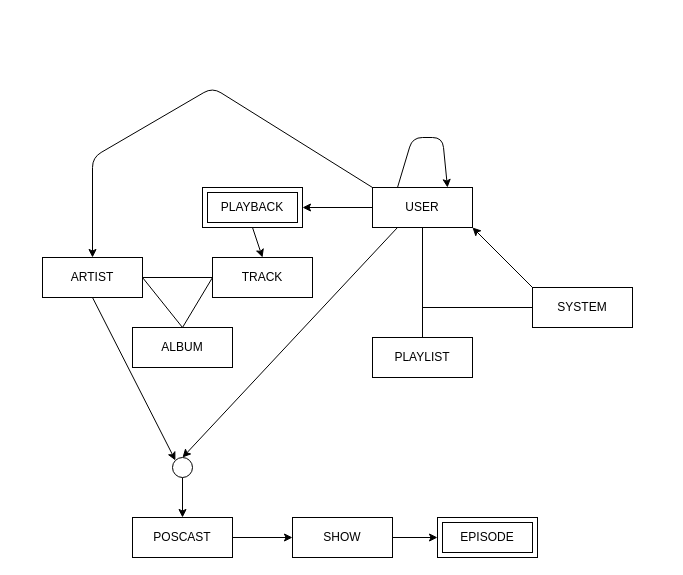
quangmnh/drawio keeps this draw.io diagram as emusicsss.drawio. Above is the earlier version. Source tidied: cells renumbered, new cells numbered last; positions are measured from the earlier drawing's top-left corner, leaving out a move shared by most shapes. Both pictures are drawn from the tidied source at 100%, with x=0, y=0 at pixel (42, 87).
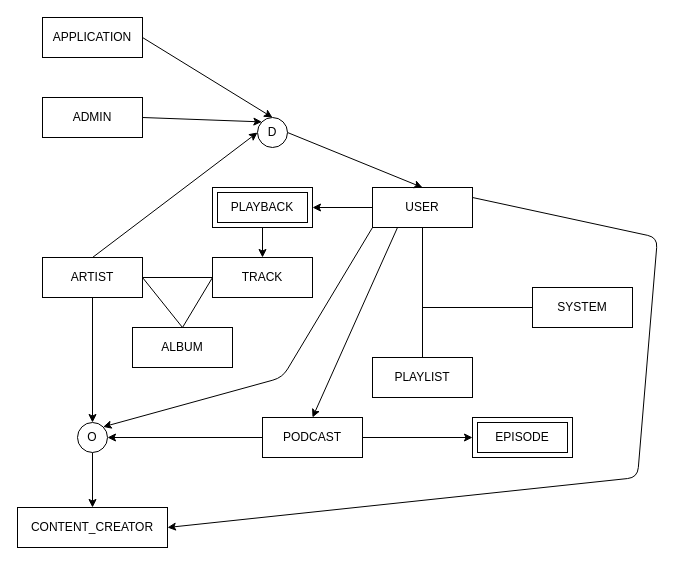
After the change.

The change refers to these unchanged cells:
```xml
<mxCell id="4" value="SYSTEM" style="whiteSpace=wrap;html=1;align=center;" parent="1" vertex="1">
  <mxGeometry x="490" y="200" width="100" height="40" as="geometry" />
</mxCell>
<mxCell id="6" value="ARTIST" style="whiteSpace=wrap;html=1;align=center;" parent="1" vertex="1">
  <mxGeometry y="170" width="100" height="40" as="geometry" />
</mxCell>
<mxCell id="13" value="USER" style="whiteSpace=wrap;html=1;align=center;" parent="1" vertex="1">
  <mxGeometry x="330" y="100" width="100" height="40" as="geometry" />
</mxCell>
```

Change to the diagram source:
```diff
@@
-    <mxCell id="3" style="edgeStyle=none;rounded=0;jettySize=auto;html=1;exitX=0;exitY=0;exitDx=0;exitDy=0;entryX=1;entryY=1;entryDx=0;entryDy=0;" parent="1" edge="1" source="4" target="13">
-      <mxGeometry relative="1" as="geometry" />
-    </mxCell>
@@
-    <mxCell id="5" style="edgeStyle=none;rounded=1;jettySize=auto;html=1;exitX=0.5;exitY=1;exitDx=0;exitDy=0;entryX=0;entryY=0;entryDx=0;entryDy=0;" parent="1" edge="1" source="6" target="27">
-      <mxGeometry relative="1" as="geometry" />
-    </mxCell>
+    <mxCell id="29" style="edgeStyle=none;rounded=1;jettySize=auto;html=1;exitX=0.5;exitY=1;exitDx=0;exitDy=0;entryX=0.5;entryY=0;entryDx=0;entryDy=0;" parent="1" edge="1" source="6" target="35">
+      <mxGeometry relative="1" as="geometry" />
+    </mxCell>
+    <mxCell id="30" style="edgeStyle=none;rounded=1;jettySize=auto;html=1;exitX=0.5;exitY=0;exitDx=0;exitDy=0;entryX=0;entryY=0.5;entryDx=0;entryDy=0;" parent="1" edge="1" source="6" target="40">
+      <mxGeometry relative="1" as="geometry" />
+    </mxCell>
@@
     <mxCell id="8" value="PLAYLIST" style="whiteSpace=wrap;html=1;align=center;" parent="1" vertex="1">
-      <mxGeometry x="330" y="250" width="100" height="40" as="geometry" />
+      <mxGeometry x="330" y="270" width="100" height="40" as="geometry" />
     </mxCell>
@@
-    <mxCell id="10" style="edgeStyle=none;rounded=1;jettySize=auto;html=1;exitX=0;exitY=0;exitDx=0;exitDy=0;entryX=0.5;entryY=0;entryDx=0;entryDy=0;" parent="1" edge="1" source="13" target="6">
-      <mxGeometry relative="1" as="geometry">
-        <Array as="points">
-          <mxPoint x="170" />
-          <mxPoint x="50" y="70" />
-        </Array>
-      </mxGeometry>
-    </mxCell>
-    <mxCell id="11" style="edgeStyle=none;rounded=1;jettySize=auto;html=1;entryX=0.5;entryY=0;entryDx=0;entryDy=0;startArrow=none;" parent="1" edge="1" source="27" target="25">
-      <mxGeometry relative="1" as="geometry" />
-    </mxCell>
-    <mxCell id="12" style="edgeStyle=none;rounded=1;jettySize=auto;html=1;exitX=0.25;exitY=1;exitDx=0;exitDy=0;entryX=0.5;entryY=0;entryDx=0;entryDy=0;" parent="1" edge="1" source="13" target="27">
+    <mxCell id="12" style="edgeStyle=none;rounded=1;jettySize=auto;html=1;exitX=0.25;exitY=1;exitDx=0;exitDy=0;entryX=0.5;entryY=0;entryDx=0;entryDy=0;" parent="1" edge="1" source="13" target="25">
       <mxGeometry relative="1" as="geometry" />
     </mxCell>
+    <mxCell id="31" style="edgeStyle=none;rounded=1;jettySize=auto;html=1;exitX=1;exitY=0.25;exitDx=0;exitDy=0;entryX=1;entryY=0.5;entryDx=0;entryDy=0;" parent="1" edge="1" source="13" target="36">
+      <mxGeometry relative="1" as="geometry">
+        <Array as="points">
+          <mxPoint x="615" y="150" />
+          <mxPoint x="595" y="390" />
+        </Array>
+      </mxGeometry>
+    </mxCell>
+    <mxCell id="32" style="edgeStyle=none;rounded=1;jettySize=auto;html=1;exitX=0;exitY=1;exitDx=0;exitDy=0;entryX=1;entryY=0;entryDx=0;entryDy=0;" parent="1" edge="1" source="13" target="35">
+      <mxGeometry relative="1" as="geometry">
+        <Array as="points">
+          <mxPoint x="240" y="290" />
+        </Array>
+      </mxGeometry>
+    </mxCell>
@@
     <mxCell id="20" value="PLAYBACK" style="shape=ext;margin=3;double=1;whiteSpace=wrap;html=1;align=center;" parent="1" vertex="1">
-      <mxGeometry x="160" y="100" width="100" height="40" as="geometry" />
+      <mxGeometry x="170" y="100" width="100" height="40" as="geometry" />
     </mxCell>
-    <mxCell id="21" style="edgeStyle=none;rounded=1;orthogonalLoop=1;jettySize=auto;html=1;exitX=0.25;exitY=0;exitDx=0;exitDy=0;entryX=0.75;entryY=0;entryDx=0;entryDy=0;" parent="1" edge="1" source="13" target="13">
-      <mxGeometry relative="1" as="geometry">
-        <Array as="points">
-          <mxPoint x="370" y="50" />
-          <mxPoint x="400" y="50" />
-        </Array>
-      </mxGeometry>
-    </mxCell>
-    <mxCell id="22" style="edgeStyle=none;rounded=1;jettySize=auto;html=1;exitX=1;exitY=0.5;exitDx=0;exitDy=0;entryX=0;entryY=0.5;entryDx=0;entryDy=0;" parent="1" edge="1" source="23" target="26">
-      <mxGeometry relative="1" as="geometry" />
-    </mxCell>
-    <mxCell id="23" value="SHOW" style="whiteSpace=wrap;html=1;align=center;" parent="1" vertex="1">
-      <mxGeometry x="250" y="430" width="100" height="40" as="geometry" />
-    </mxCell>
-    <mxCell id="24" style="edgeStyle=none;rounded=1;jettySize=auto;html=1;exitX=1;exitY=0.5;exitDx=0;exitDy=0;entryX=0;entryY=0.5;entryDx=0;entryDy=0;" parent="1" edge="1" source="25" target="23">
+    <mxCell id="24" style="edgeStyle=none;rounded=1;jettySize=auto;html=1;exitX=1;exitY=0.5;exitDx=0;exitDy=0;entryX=0;entryY=0.5;entryDx=0;entryDy=0;" parent="1" edge="1" source="25" target="26">
       <mxGeometry relative="1" as="geometry" />
     </mxCell>
+    <mxCell id="33" style="edgeStyle=none;rounded=1;jettySize=auto;html=1;exitX=0;exitY=0.5;exitDx=0;exitDy=0;entryX=1;entryY=0.5;entryDx=0;entryDy=0;" parent="1" edge="1" source="25" target="35">
+      <mxGeometry relative="1" as="geometry" />
+    </mxCell>
-    <mxCell id="25" value="POSCAST" style="whiteSpace=wrap;html=1;align=center;" parent="1" vertex="1">
-      <mxGeometry x="90" y="430" width="100" height="40" as="geometry" />
+    <mxCell id="25" value="PODCAST" style="whiteSpace=wrap;html=1;align=center;" parent="1" vertex="1">
+      <mxGeometry x="220" y="330" width="100" height="40" as="geometry" />
     </mxCell>
     <mxCell id="26" value="EPISODE" style="shape=ext;margin=3;double=1;whiteSpace=wrap;html=1;align=center;" parent="1" vertex="1">
-      <mxGeometry x="395" y="430" width="100" height="40" as="geometry" />
+      <mxGeometry x="430" y="330" width="100" height="40" as="geometry" />
     </mxCell>
-    <mxCell id="27" style="ellipse;whiteSpace=wrap;html=1;" parent="1" vertex="1">
-      <mxGeometry x="130" y="370" width="20" height="20" as="geometry" />
-    </mxCell>
-    <mxCell id="28" style="edgeStyle=none;rounded=1;jettySize=auto;html=1;entryX=0.5;entryY=0;entryDx=0;entryDy=0;endArrow=none;" parent="1" edge="1" target="27">
+    <mxCell id="28" style="edgeStyle=none;rounded=1;orthogonalLoop=1;jettySize=auto;html=1;entryX=0.5;entryY=0;entryDx=0;entryDy=0;endArrow=none;" parent="1" edge="1">
       <mxGeometry relative="1" as="geometry">
         <mxPoint x="140" y="370" as="sourcePoint" />
+        <mxPoint x="140" y="370" as="targetPoint" />
       </mxGeometry>
     </mxCell>
+    <mxCell id="34" style="edgeStyle=none;rounded=1;jettySize=auto;html=1;exitX=0.5;exitY=1;exitDx=0;exitDy=0;entryX=0.5;entryY=0;entryDx=0;entryDy=0;" parent="1" edge="1" source="35" target="36">
+      <mxGeometry relative="1" as="geometry" />
+    </mxCell>
+    <mxCell id="35" value="O" style="ellipse;whiteSpace=wrap;html=1;" parent="1" vertex="1">
+      <mxGeometry x="35" y="335" width="30" height="30" as="geometry" />
+    </mxCell>
+    <mxCell id="36" value="CONTENT_CREATOR" style="whiteSpace=wrap;html=1;align=center;" parent="1" vertex="1">
+      <mxGeometry x="-25" y="420" width="150" height="40" as="geometry" />
+    </mxCell>
+    <mxCell id="37" style="edgeStyle=none;rounded=1;jettySize=auto;html=1;exitX=1;exitY=0.5;exitDx=0;exitDy=0;entryX=0;entryY=0;entryDx=0;entryDy=0;" parent="1" edge="1" source="38" target="40">
+      <mxGeometry relative="1" as="geometry" />
+    </mxCell>
+    <mxCell id="38" value="ADMIN" style="whiteSpace=wrap;html=1;align=center;" parent="1" vertex="1">
+      <mxGeometry y="10" width="100" height="40" as="geometry" />
+    </mxCell>
+    <mxCell id="39" style="edgeStyle=none;rounded=1;jettySize=auto;html=1;exitX=1;exitY=0.5;exitDx=0;exitDy=0;entryX=0.5;entryY=0;entryDx=0;entryDy=0;" parent="1" edge="1" source="40" target="13">
+      <mxGeometry relative="1" as="geometry" />
+    </mxCell>
+    <mxCell id="40" value="D" style="ellipse;whiteSpace=wrap;html=1;" parent="1" vertex="1">
+      <mxGeometry x="215" y="30" width="30" height="30" as="geometry" />
+    </mxCell>
+    <mxCell id="41" style="edgeStyle=none;rounded=1;jettySize=auto;html=1;exitX=1;exitY=0.5;exitDx=0;exitDy=0;entryX=0.5;entryY=0;entryDx=0;entryDy=0;" parent="1" edge="1" source="42" target="40">
+      <mxGeometry relative="1" as="geometry" />
+    </mxCell>
+    <mxCell id="42" value="APPLICATION" style="whiteSpace=wrap;html=1;align=center;" parent="1" vertex="1">
+      <mxGeometry y="-70" width="100" height="40" as="geometry" />
+    </mxCell>
```
